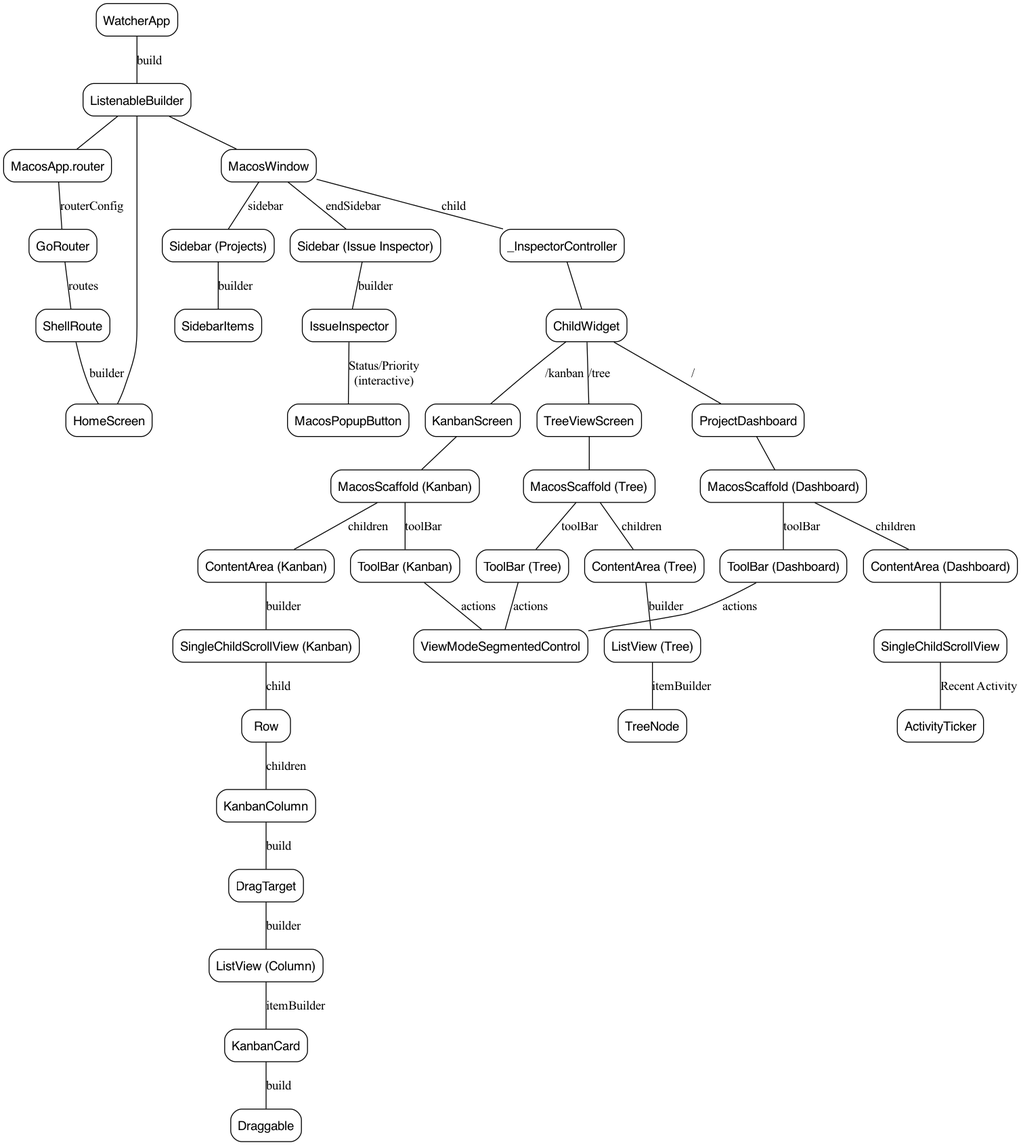
The Graphviz diagram docs/widget_tree.png in ghchinoy/watcher, before a commit. Its source is kept beside it as docs/widget_tree.dot.
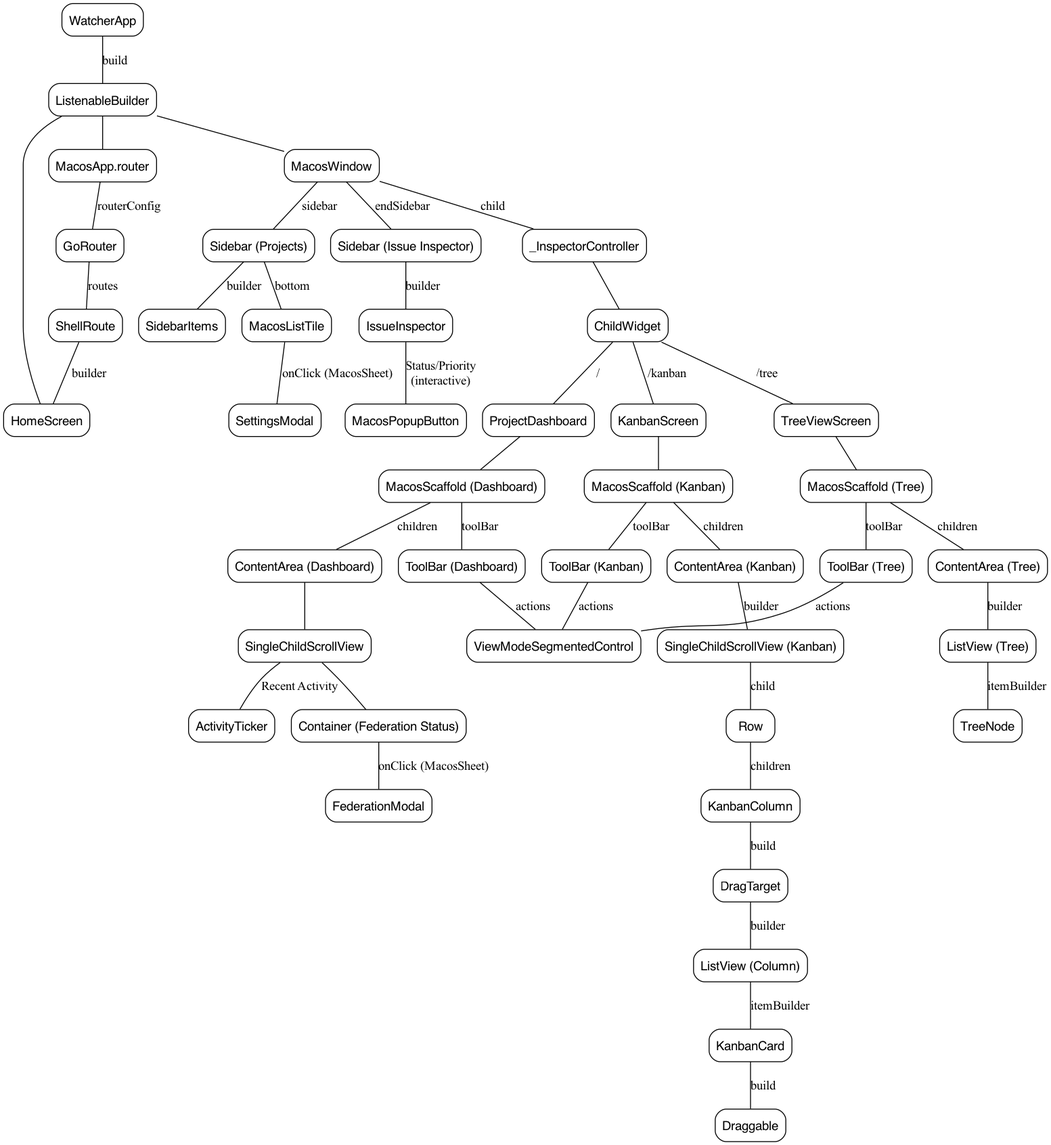
The same file after the commit.

Commit message:
docs: update widget tree architecture diagram to include new modals and dashboard layout

What changed in the source:
```diff
@@ -13,6 +13,8 @@
 
     MacosWindow -> "Sidebar (Projects)" [label="sidebar"];
     "Sidebar (Projects)" -> SidebarItems [label="builder"];
+    "Sidebar (Projects)" -> MacosListTile [label="bottom"];
+    MacosListTile -> SettingsModal [label="onClick (MacosSheet)"];
 
     MacosWindow -> "Sidebar (Issue Inspector)" [label="endSidebar"];
     "Sidebar (Issue Inspector)" -> IssueInspector [label="builder"];
@@ -29,6 +31,8 @@
     "MacosScaffold (Dashboard)" -> "ToolBar (Dashboard)" [label="toolBar"];
     "MacosScaffold (Dashboard)" -> "ContentArea (Dashboard)" [label="children"];
     "ContentArea (Dashboard)" -> SingleChildScrollView;
+    SingleChildScrollView -> "Container (Federation Status)";
+    "Container (Federation Status)" -> FederationModal [label="onClick (MacosSheet)"];
     SingleChildScrollView -> ActivityTicker [label="Recent Activity"];
 
     "ToolBar (Dashboard)" -> ViewModeSegmentedControl [label="actions"];
```
